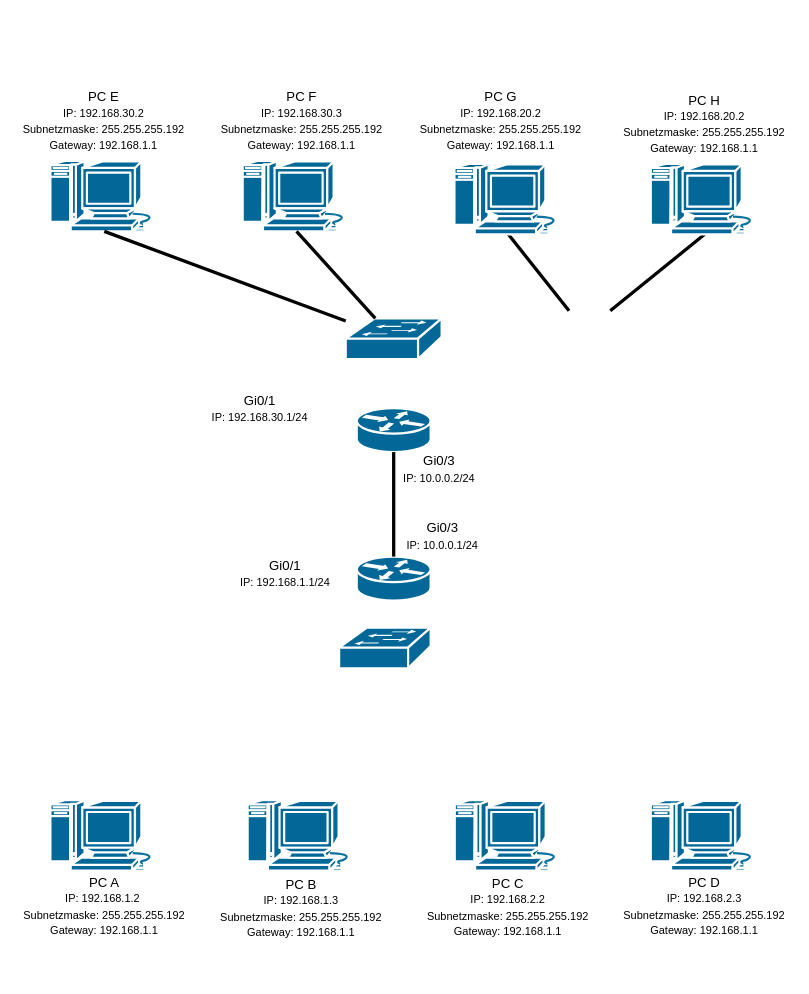
Above: Fehler Schicht 3.drawio in PLAD26/-MAC-Tabellen-und-Switching- (draw.io), before the change. Source tidied: cells renumbered, new cells numbered last; positions are measured from the earlier drawing's top-left corner, leaving out a move shared by most shapes. Both pictures are drawn from the tidied source at 110%, with x=0, y=0 at pixel (19, 85).
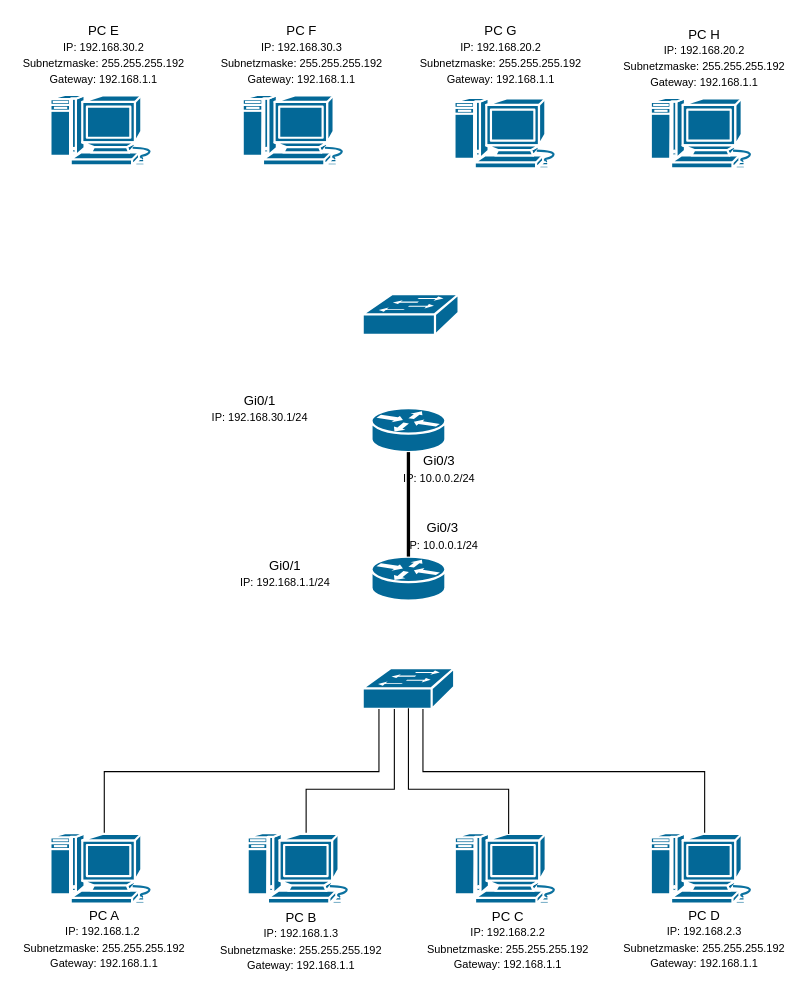
The same page after the edit.

Diff of the diagram source:
```diff
@@
     <mxCell id="2" style="strokeColor=#ffffff;sketch=0;html=1;dashed=0;fillColor=#036897;strokeWidth=2;verticalLabelPosition=bottom;verticalAlign=top;align=center;outlineConnect=0;shape=mxgraph.cisco.routers.router;" parent="1" vertex="1">
-      <mxGeometry x="306.8" y="428.5" width="67.2" height="40" as="geometry" />
+      <mxGeometry x="320.2" y="428.5" width="67.2" height="40" as="geometry" />
     </mxCell>
     <mxCell id="3" style="strokeColor=#ffffff;sketch=0;html=1;dashed=0;fillColor=#036897;strokeWidth=2;verticalLabelPosition=bottom;verticalAlign=top;align=center;outlineConnect=0;shape=mxgraph.cisco.switches.workgroup_switch;" parent="1" vertex="1">
-      <mxGeometry x="290.8" y="493" width="83.2" height="37" as="geometry" />
+      <mxGeometry x="312.2" y="530" width="83.2" height="37" as="geometry" />
     </mxCell>
+    <mxCell id="31" style="edgeStyle=orthogonalEdgeStyle;rounded=0;jettySize=auto;html=1;exitX=0.5;exitY=0.01;exitDx=0;exitDy=0;exitPerimeter=0;endArrow=none;endFill=0;" parent="1" edge="1" source="4" target="3">
+      <mxGeometry relative="1" as="geometry">
+        <Array as="points">
+          <mxPoint x="77" y="624" />
+          <mxPoint x="327" y="624" />
+        </Array>
+      </mxGeometry>
+    </mxCell>
     <mxCell id="4" style="sketch=0;html=1;dashed=0;fillColor=#036897;strokeColor=#ffffff;strokeWidth=2;verticalLabelPosition=bottom;verticalAlign=top;align=center;outlineConnect=0;shape=mxgraph.cisco.computers_and_peripherals.macintosh;" parent="1" vertex="1">
-      <mxGeometry x="27.8" y="650" width="99" height="64" as="geometry" />
+      <mxGeometry x="27.8" y="680" width="99" height="64" as="geometry" />
     </mxCell>
+    <mxCell id="32" style="edgeStyle=orthogonalEdgeStyle;rounded=0;jettySize=auto;html=1;exitX=0.5;exitY=0.01;exitDx=0;exitDy=0;exitPerimeter=0;endArrow=none;endFill=0;" parent="1" edge="1" target="3">
+      <mxGeometry relative="1" as="geometry">
+        <mxPoint x="260.8" y="680.6" as="sourcePoint" />
+        <Array as="points">
+          <mxPoint x="261" y="640" />
+          <mxPoint x="341" y="640" />
+        </Array>
+      </mxGeometry>
+    </mxCell>
     <mxCell id="5" style="sketch=0;html=1;dashed=0;fillColor=#036897;strokeColor=#ffffff;strokeWidth=2;verticalLabelPosition=bottom;verticalAlign=top;align=center;shape=mxgraph.cisco.computers_and_peripherals.macintosh;" parent="1" vertex="1">
-      <mxGeometry x="207.1" y="650" width="99" height="64" as="geometry" />
+      <mxGeometry x="207.1" y="680" width="99" height="64" as="geometry" />
     </mxCell>
     <mxCell id="6" style="sketch=0;html=1;dashed=0;fillColor=#036897;strokeColor=#ffffff;strokeWidth=2;verticalLabelPosition=bottom;verticalAlign=top;align=center;outlineConnect=0;shape=mxgraph.cisco.computers_and_peripherals.macintosh;" parent="1" vertex="1">
-      <mxGeometry x="395.4" y="650" width="99" height="64" as="geometry" />
+      <mxGeometry x="395.4" y="680" width="99" height="64" as="geometry" />
     </mxCell>
+    <mxCell id="33" style="edgeStyle=orthogonalEdgeStyle;rounded=0;jettySize=auto;html=1;exitX=0.5;exitY=0.01;exitDx=0;exitDy=0;exitPerimeter=0;endArrow=none;endFill=0;" parent="1" edge="1" source="7" target="3">
+      <mxGeometry relative="1" as="geometry">
+        <Array as="points">
+          <mxPoint x="623" y="624" />
+          <mxPoint x="367" y="624" />
+        </Array>
+      </mxGeometry>
+    </mxCell>
     <mxCell id="7" style="sketch=0;html=1;dashed=0;fillColor=#036897;strokeColor=#ffffff;strokeWidth=2;verticalLabelPosition=bottom;verticalAlign=top;align=center;outlineConnect=0;shape=mxgraph.cisco.computers_and_peripherals.macintosh;" parent="1" vertex="1">
-      <mxGeometry x="573.6" y="650" width="99" height="64" as="geometry" />
+      <mxGeometry x="573.6" y="680" width="99" height="64" as="geometry" />
     </mxCell>
     <mxCell id="8" value="PC A&lt;div&gt;&lt;font style=&quot;font-size: 10px;&quot;&gt;IP: 192.168.1.2&amp;nbsp;&lt;/font&gt;&lt;/div&gt;&lt;div&gt;&lt;font style=&quot;font-size: 10px;&quot;&gt;Subnetzmaske: 255.255.255.192&lt;/font&gt;&lt;/div&gt;&lt;div&gt;&lt;font style=&quot;font-size: 10px;&quot;&gt;Gateway: 192.168.1.1&lt;/font&gt;&lt;/div&gt;" style="text;html=1;whiteSpace=wrap;strokeColor=none;fillColor=none;align=center;verticalAlign=middle;rounded=0;" parent="1" vertex="1">
-      <mxGeometry y="717.5" width="154.6" height="56" as="geometry" />
+      <mxGeometry y="747.5" width="154.6" height="56" as="geometry" />
     </mxCell>
     <mxCell id="9" value="PC B&lt;div&gt;&lt;font style=&quot;font-size: 10px;&quot;&gt;IP: 192.168.1.3&lt;/font&gt;&lt;/div&gt;&lt;div&gt;&lt;font style=&quot;font-size: 10px;&quot;&gt;&lt;div style=&quot;font-size: 12px;&quot;&gt;&lt;div&gt;&lt;span style=&quot;font-size: 10px; background-color: transparent; color: light-dark(rgb(0, 0, 0), rgb(255, 255, 255));&quot;&gt;Subnetzmaske: 255.255.255.192&lt;/span&gt;&lt;/div&gt;&lt;div&gt;&lt;font style=&quot;font-size: 10px;&quot;&gt;Gateway: 192.168.1.1&lt;/font&gt;&lt;/div&gt;&lt;/div&gt;&lt;/font&gt;&lt;/div&gt;" style="text;html=1;whiteSpace=wrap;strokeColor=none;fillColor=none;align=center;verticalAlign=middle;rounded=0;" parent="1" vertex="1">
-      <mxGeometry x="172.3" y="716.5" width="168.9" height="63" as="geometry" />
+      <mxGeometry x="172.3" y="746.5" width="168.9" height="63" as="geometry" />
     </mxCell>
     <mxCell id="10" value="PC C&lt;div&gt;&lt;font style=&quot;font-size: 10px;&quot;&gt;IP: 192.168.2.2&lt;/font&gt;&lt;/div&gt;&lt;div&gt;&lt;font style=&quot;font-size: 10px;&quot;&gt;&lt;div style=&quot;font-size: 12px;&quot;&gt;&lt;div&gt;&lt;font style=&quot;font-size: 10px;&quot;&gt;Subnetzmaske: 255.255.255.192&lt;/font&gt;&lt;/div&gt;&lt;div&gt;&lt;font style=&quot;font-size: 10px;&quot;&gt;Gateway: 192.168.1.1&lt;/font&gt;&lt;/div&gt;&lt;/div&gt;&lt;/font&gt;&lt;/div&gt;" style="text;html=1;whiteSpace=wrap;strokeColor=none;fillColor=none;align=center;verticalAlign=middle;rounded=0;" parent="1" vertex="1">
-      <mxGeometry x="357.1" y="715.5" width="175" height="63" as="geometry" />
+      <mxGeometry x="357.1" y="745.5" width="175" height="63" as="geometry" />
     </mxCell>
@@
     <mxCell id="12" value="PC D&lt;div&gt;&lt;font style=&quot;font-size: 10px;&quot;&gt;IP: 192.168.2.3&lt;/font&gt;&lt;/div&gt;&lt;div&gt;&lt;font style=&quot;font-size: 10px;&quot;&gt;&lt;div style=&quot;font-size: 12px;&quot;&gt;&lt;div&gt;&lt;font style=&quot;font-size: 10px;&quot;&gt;Subnetzmaske: 255.255.255.192&lt;/font&gt;&lt;/div&gt;&lt;div&gt;&lt;font style=&quot;font-size: 10px;&quot;&gt;Gateway: 192.168.1.1&lt;/font&gt;&lt;/div&gt;&lt;/div&gt;&lt;/font&gt;&lt;/div&gt;" style="text;html=1;whiteSpace=wrap;strokeColor=none;fillColor=none;align=center;verticalAlign=middle;rounded=0;" parent="1" vertex="1">
-      <mxGeometry x="546.1" y="714" width="154" height="63" as="geometry" />
+      <mxGeometry x="546.1" y="744" width="154" height="63" as="geometry" />
     </mxCell>
     <mxCell id="13" style="strokeColor=#ffffff;sketch=0;html=1;dashed=0;fillColor=#036897;strokeWidth=2;verticalLabelPosition=bottom;verticalAlign=top;align=center;outlineConnect=0;shape=mxgraph.cisco.routers.router;" parent="1" vertex="1">
-      <mxGeometry x="306.8" y="293.5" width="67.2" height="40" as="geometry" />
+      <mxGeometry x="320.2" y="293.5" width="67.2" height="40" as="geometry" />
     </mxCell>
     <mxCell id="14" style="strokeColor=#ffffff;sketch=0;html=1;dashed=0;fillColor=#036897;strokeWidth=2;verticalLabelPosition=bottom;verticalAlign=top;align=center;outlineConnect=0;shape=mxgraph.cisco.switches.workgroup_switch;" parent="1" vertex="1">
-      <mxGeometry x="296.8" y="212" width="87.2" height="37" as="geometry" />
+      <mxGeometry x="312.2" y="190" width="87.2" height="37" as="geometry" />
     </mxCell>
     <mxCell id="15" style="sketch=0;html=1;dashed=0;fillColor=#036897;strokeColor=#ffffff;strokeWidth=2;verticalLabelPosition=bottom;verticalAlign=top;align=center;outlineConnect=0;shape=mxgraph.cisco.computers_and_peripherals.macintosh;" parent="1" vertex="1">
-      <mxGeometry x="27.8" y="68.8" width="99" height="64" as="geometry" />
+      <mxGeometry x="27.8" y="8.8" width="99" height="64" as="geometry" />
     </mxCell>
     <mxCell id="16" style="sketch=0;html=1;dashed=0;fillColor=#036897;strokeColor=#ffffff;strokeWidth=2;verticalLabelPosition=bottom;verticalAlign=top;align=center;outlineConnect=0;shape=mxgraph.cisco.computers_and_peripherals.macintosh;" parent="1" vertex="1">
-      <mxGeometry x="202.6" y="68.8" width="99" height="64" as="geometry" />
+      <mxGeometry x="202.6" y="8.8" width="99" height="64" as="geometry" />
     </mxCell>
-    <mxCell id="17" style="rounded=0;jettySize=auto;html=1;exitX=0.5;exitY=1;exitDx=0;exitDy=0;exitPerimeter=0;strokeWidth=3;endArrow=none;endFill=0;" parent="1" edge="1" source="18">
-      <mxGeometry relative="1" as="geometry">
-        <mxPoint x="499.8" y="205" as="targetPoint" />
-      </mxGeometry>
-    </mxCell>
     <mxCell id="18" style="sketch=0;html=1;dashed=0;fillColor=#036897;strokeColor=#ffffff;strokeWidth=2;verticalLabelPosition=bottom;verticalAlign=top;align=center;outlineConnect=0;shape=mxgraph.cisco.computers_and_peripherals.macintosh;" parent="1" vertex="1">
-      <mxGeometry x="395.1" y="71.5" width="99" height="64" as="geometry" />
+      <mxGeometry x="395.1" y="11.5" width="99" height="64" as="geometry" />
     </mxCell>
-    <mxCell id="19" style="rounded=0;jettySize=auto;html=1;exitX=0.5;exitY=1;exitDx=0;exitDy=0;exitPerimeter=0;endArrow=none;endFill=0;strokeWidth=3;" parent="1" edge="1" source="20">
-      <mxGeometry relative="1" as="geometry">
-        <mxPoint x="537.3" y="205" as="targetPoint" />
-      </mxGeometry>
-    </mxCell>
     <mxCell id="20" style="sketch=0;html=1;dashed=0;fillColor=#036897;strokeColor=#ffffff;strokeWidth=2;verticalLabelPosition=bottom;verticalAlign=top;align=center;outlineConnect=0;shape=mxgraph.cisco.computers_and_peripherals.macintosh;" parent="1" vertex="1">
-      <mxGeometry x="573.6" y="71.5" width="99" height="64" as="geometry" />
+      <mxGeometry x="573.6" y="11.5" width="99" height="64" as="geometry" />
     </mxCell>
     <mxCell id="21" value="PC E&lt;div&gt;&lt;font style=&quot;font-size: 10px;&quot;&gt;IP: 192.168.30.2&lt;/font&gt;&lt;/div&gt;&lt;div&gt;&lt;font style=&quot;font-size: 10px;&quot;&gt;&lt;div style=&quot;font-size: 12px;&quot;&gt;&lt;div&gt;&lt;font style=&quot;font-size: 10px;&quot;&gt;Subnetzmaske: 255.255.255.192&lt;/font&gt;&lt;/div&gt;&lt;div&gt;&lt;font style=&quot;font-size: 10px;&quot;&gt;Gateway: 192.168.1.1&lt;/font&gt;&lt;/div&gt;&lt;/div&gt;&lt;/font&gt;&lt;/div&gt;" style="text;html=1;whiteSpace=wrap;strokeColor=none;fillColor=none;align=center;verticalAlign=middle;rounded=0;" parent="1" vertex="1">
-      <mxGeometry width="154.2" height="63" as="geometry" />
+      <mxGeometry y="-60" width="154.2" height="63" as="geometry" />
     </mxCell>
     <mxCell id="22" value="PC F&lt;div&gt;&lt;font style=&quot;font-size: 10px;&quot;&gt;IP: 192.168.30.3&lt;/font&gt;&lt;/div&gt;&lt;div&gt;&lt;font style=&quot;font-size: 10px;&quot;&gt;&lt;div style=&quot;font-size: 12px;&quot;&gt;&lt;div&gt;&lt;font style=&quot;font-size: 10px;&quot;&gt;Subnetzmaske: 255.255.255.192&lt;/font&gt;&lt;/div&gt;&lt;div&gt;&lt;font style=&quot;font-size: 10px;&quot;&gt;Gateway: 192.168.1.1&lt;/font&gt;&lt;/div&gt;&lt;/div&gt;&lt;/font&gt;&lt;/div&gt;" style="text;html=1;whiteSpace=wrap;strokeColor=none;fillColor=none;align=center;verticalAlign=middle;rounded=0;" parent="1" vertex="1">
-      <mxGeometry x="181.7" y="5.8" width="149.8" height="51.5" as="geometry" />
+      <mxGeometry x="181.7" y="-54.2" width="149.8" height="51.5" as="geometry" />
     </mxCell>
     <mxCell id="23" value="PC G&lt;div&gt;&lt;font style=&quot;font-size: 10px;&quot;&gt;IP: 192.168.20.2&lt;/font&gt;&lt;/div&gt;&lt;div&gt;&lt;font style=&quot;font-size: 10px;&quot;&gt;&lt;div style=&quot;font-size: 12px;&quot;&gt;&lt;div&gt;&lt;font style=&quot;font-size: 10px;&quot;&gt;Subnetzmaske: 255.255.255.192&lt;/font&gt;&lt;/div&gt;&lt;div&gt;&lt;font style=&quot;font-size: 10px;&quot;&gt;Gateway: 192.168.1.1&lt;/font&gt;&lt;/div&gt;&lt;/div&gt;&lt;/font&gt;&lt;/div&gt;" style="text;html=1;whiteSpace=wrap;strokeColor=none;fillColor=none;align=center;verticalAlign=middle;rounded=0;" parent="1" vertex="1">
-      <mxGeometry x="361" y="3" width="154" height="57" as="geometry" />
+      <mxGeometry x="361" y="-57" width="154" height="57" as="geometry" />
     </mxCell>
     <mxCell id="24" value="PC H&lt;div&gt;&lt;font style=&quot;font-size: 10px;&quot;&gt;IP: 192.168.20.2&lt;/font&gt;&lt;/div&gt;&lt;div&gt;&lt;font style=&quot;font-size: 10px;&quot;&gt;&lt;div style=&quot;font-size: 12px;&quot;&gt;&lt;div&gt;&lt;font style=&quot;font-size: 10px;&quot;&gt;Subnetzmaske: 255.255.255.192&lt;/font&gt;&lt;/div&gt;&lt;div&gt;&lt;font style=&quot;font-size: 10px;&quot;&gt;Gateway: 192.168.1.1&lt;/font&gt;&lt;/div&gt;&lt;/div&gt;&lt;/font&gt;&lt;/div&gt;" style="text;html=1;whiteSpace=wrap;strokeColor=none;fillColor=none;align=center;verticalAlign=middle;rounded=0;" parent="1" vertex="1">
-      <mxGeometry x="546.1" y="6" width="154" height="57" as="geometry" />
+      <mxGeometry x="546.1" y="-54" width="154" height="57" as="geometry" />
     </mxCell>
@@
-    <mxCell id="28" style="rounded=0;jettySize=auto;html=1;entryX=0.5;entryY=1;entryDx=0;entryDy=0;entryPerimeter=0;strokeWidth=3;endArrow=none;endFill=0;" parent="1" edge="1" source="14" target="15">
-      <mxGeometry relative="1" as="geometry" />
-    </mxCell>
-    <mxCell id="29" style="rounded=0;jettySize=auto;html=1;entryX=0.5;entryY=1;entryDx=0;entryDy=0;entryPerimeter=0;endArrow=none;endFill=0;strokeWidth=3;" parent="1" edge="1" source="14" target="16">
-      <mxGeometry relative="1" as="geometry" />
-    </mxCell>
@@
+    <mxCell id="34" style="edgeStyle=orthogonalEdgeStyle;rounded=0;jettySize=auto;html=1;exitX=0.5;exitY=0.01;exitDx=0;exitDy=0;exitPerimeter=0;entryX=0.5;entryY=0.98;entryDx=0;entryDy=0;entryPerimeter=0;endArrow=none;endFill=0;" parent="1" edge="1" source="6" target="3">
+      <mxGeometry relative="1" as="geometry">
+        <Array as="points">
+          <mxPoint x="445" y="640" />
+          <mxPoint x="354" y="640" />
+        </Array>
+      </mxGeometry>
+    </mxCell>
```
